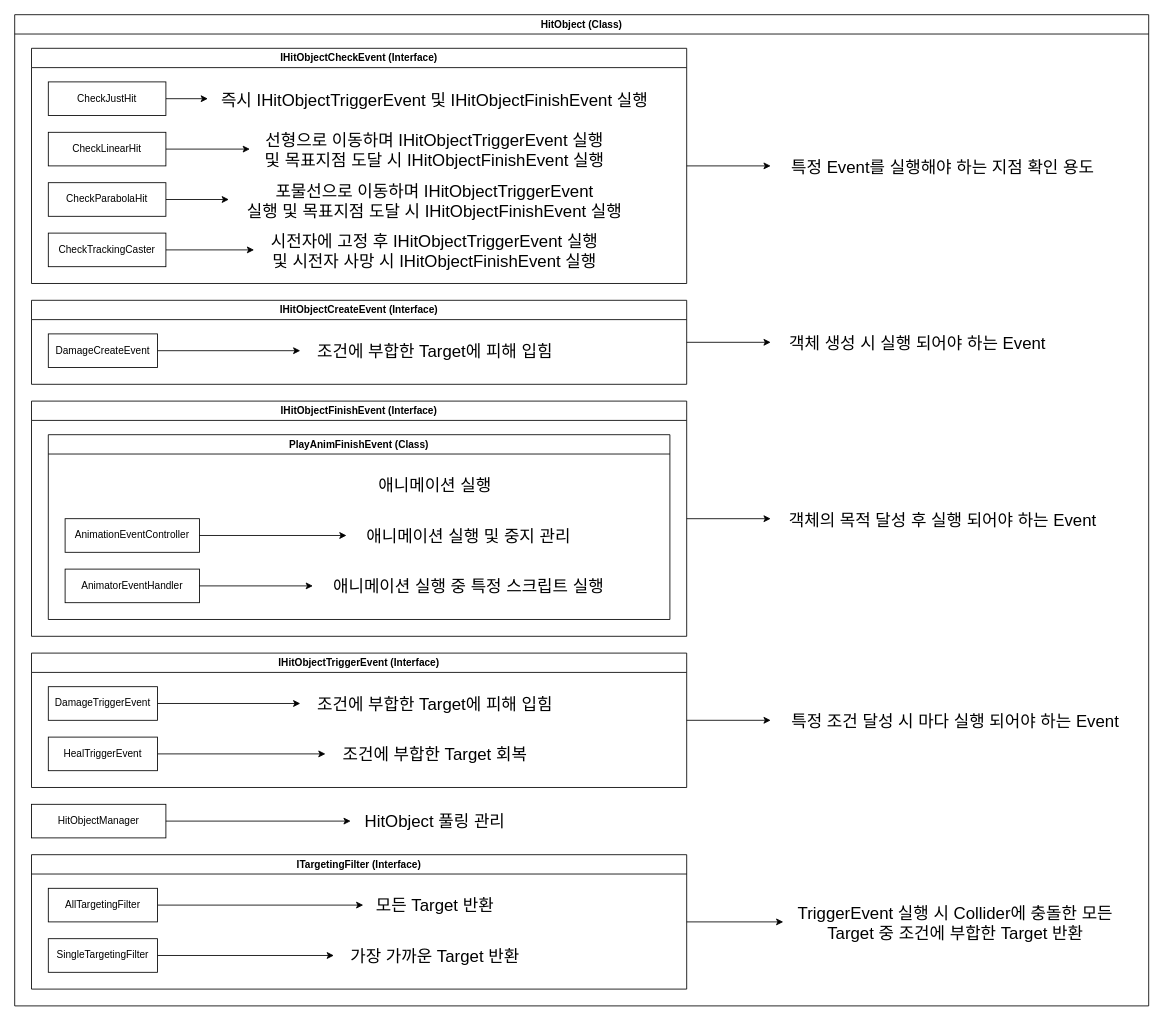
Above: Documents/구조도/HitObject.drawio in jungMoonSoo/Project-H (draw.io), before the change. Source tidied: cells renumbered, new cells numbered last; positions are measured from the earlier drawing's top-left corner, leaving out a move shared by most shapes. Both pictures are drawn from the tidied source at 84%, with x=0, y=0 at pixel (14, 14).
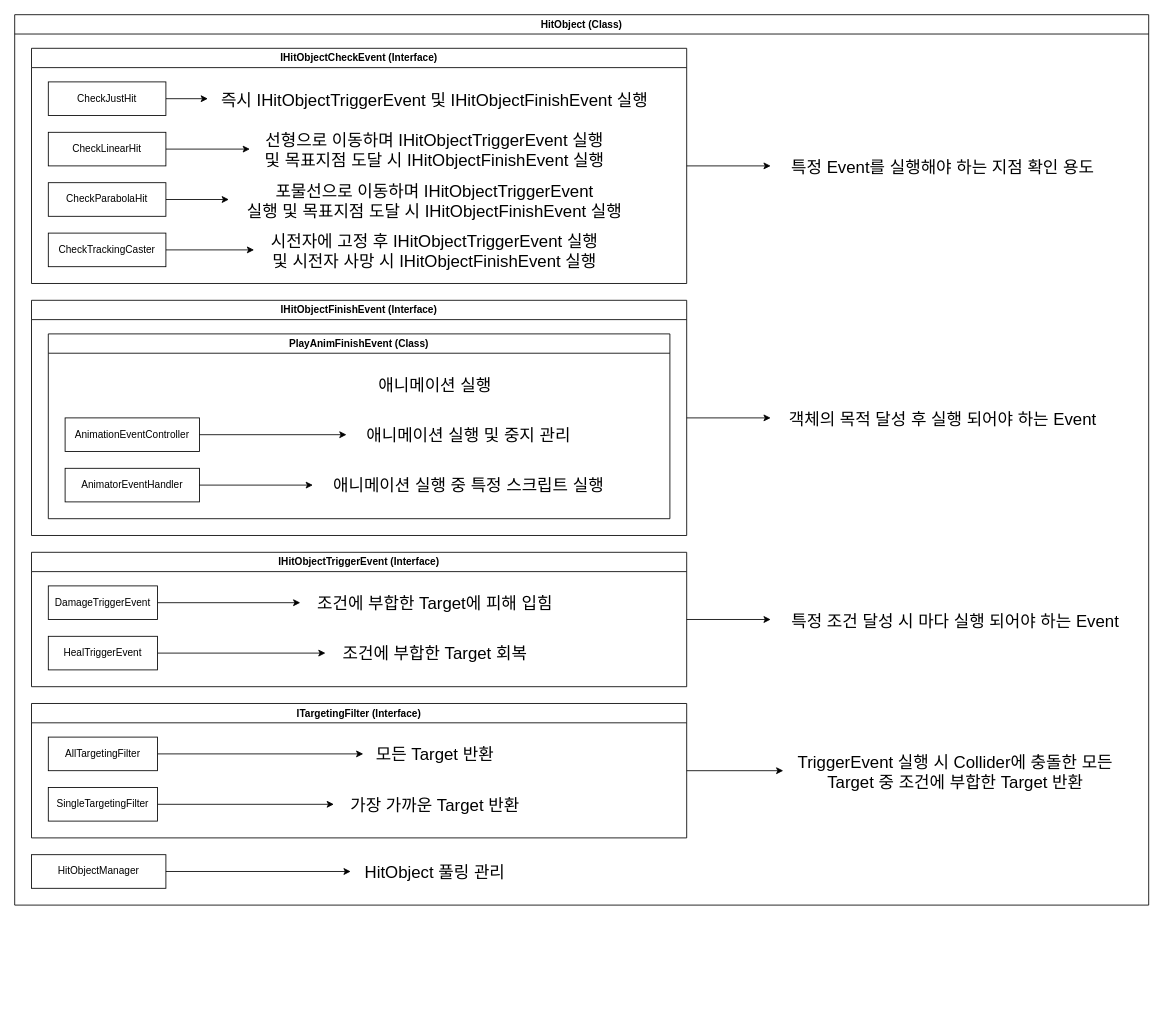
The same diagram, later.

Diff of the diagram source:
```diff
@@
     <mxCell id="2" value="HitObject (Class&lt;span style=&quot;background-color: transparent; color: light-dark(rgb(0, 0, 0), rgb(255, 255, 255));&quot;&gt;)&lt;/span&gt;" style="swimlane;whiteSpace=wrap;html=1;" parent="1" vertex="1">
-      <mxGeometry width="1350" height="1180" as="geometry" />
+      <mxGeometry width="1350" height="1060" as="geometry" />
     </mxCell>
@@
-    <mxCell id="16" value="IHitObjectCreateEvent (Interface)" style="swimlane;whiteSpace=wrap;html=1;" parent="2" vertex="1">
-      <mxGeometry x="20" y="340" width="780" height="100" as="geometry" />
-    </mxCell>
-    <mxCell id="17" style="edgeStyle=orthogonalEdgeStyle;rounded=0;jettySize=auto;html=1;" parent="16" edge="1" source="18" target="19">
-      <mxGeometry relative="1" as="geometry" />
-    </mxCell>
-    <mxCell id="18" value="DamageCreateEvent" style="rounded=0;whiteSpace=wrap;html=1;" parent="16" vertex="1">
-      <mxGeometry x="20" y="40" width="130" height="40" as="geometry" />
-    </mxCell>
-    <mxCell id="19" value="&lt;span style=&quot;font-size: 20px;&quot;&gt;조건에 부합한 Target에 피해 입힘&lt;/span&gt;" style="text;html=1;align=center;verticalAlign=middle;points=[];strokeColor=none;fillColor=none;" parent="16" vertex="1">
-      <mxGeometry x="320" y="40" width="320" height="40" as="geometry" />
-    </mxCell>
     <mxCell id="20" value="IHitObjectFinishEvent (Interface)" style="swimlane;whiteSpace=wrap;html=1;" parent="2" vertex="1">
-      <mxGeometry x="20" y="460" width="780" height="280" as="geometry" />
+      <mxGeometry x="20" y="340" width="780" height="280" as="geometry" />
     </mxCell>
@@
     <mxCell id="29" value="IHitObjectTriggerEvent (Interface)" style="swimlane;whiteSpace=wrap;html=1;" parent="2" vertex="1">
-      <mxGeometry x="20" y="760" width="780" height="160" as="geometry" />
+      <mxGeometry x="20" y="640" width="780" height="160" as="geometry" />
     </mxCell>
@@
     <mxCell id="36" value="HitObjectManager" style="rounded=0;whiteSpace=wrap;html=1;" parent="2" vertex="1">
-      <mxGeometry x="20" y="940" width="160" height="40" as="geometry" />
+      <mxGeometry x="20" y="1000" width="160" height="40" as="geometry" />
     </mxCell>
@@
     <mxCell id="38" value="&lt;span style=&quot;font-size: 20px;&quot;&gt;HitObject 풀링 관리&lt;/span&gt;" style="text;html=1;align=center;verticalAlign=middle;points=[];strokeColor=none;fillColor=none;" parent="2" vertex="1">
-      <mxGeometry x="400" y="940" width="200" height="40" as="geometry" />
+      <mxGeometry x="400" y="1000" width="200" height="40" as="geometry" />
     </mxCell>
     <mxCell id="39" value="특정 조건 달성 시 마다 실행 되어야 하는 Event" style="text;align=center;verticalAlign=middle;points=[];strokeColor=none;fillColor=none;fontSize=20;" parent="2" vertex="1">
-      <mxGeometry x="900" y="820" width="440" height="40" as="geometry" />
+      <mxGeometry x="900" y="700" width="440" height="40" as="geometry" />
     </mxCell>
@@
     <mxCell id="41" value="객체의 목적 달성 후 실행 되어야 하는 Event" style="text;align=center;verticalAlign=middle;points=[];strokeColor=none;fillColor=none;fontSize=20;" parent="2" vertex="1">
-      <mxGeometry x="900" y="580" width="410" height="40" as="geometry" />
+      <mxGeometry x="900" y="460" width="410" height="40" as="geometry" />
     </mxCell>
@@
-    <mxCell id="43" value="객체 생성 시 실행 되어야 하는 Event" style="text;align=center;verticalAlign=middle;points=[];strokeColor=none;fillColor=none;fontSize=20;" parent="2" vertex="1">
-      <mxGeometry x="900" y="370" width="350" height="40" as="geometry" />
-    </mxCell>
-    <mxCell id="44" style="edgeStyle=orthogonalEdgeStyle;rounded=0;jettySize=auto;html=1;" parent="2" edge="1" source="16" target="43">
-      <mxGeometry relative="1" as="geometry" />
-    </mxCell>
@@
     <mxCell id="48" value="ITargetingFilter (Interface)" style="swimlane;whiteSpace=wrap;html=1;" parent="2" vertex="1">
-      <mxGeometry x="20" y="1000" width="780" height="160" as="geometry" />
+      <mxGeometry x="20" y="820" width="780" height="160" as="geometry" />
     </mxCell>
@@
     <mxCell id="55" value="TriggerEvent 실행 시 Collider에 충돌한 모든&#10;Target 중 조건에 부합한 Target 반환" style="text;align=center;verticalAlign=middle;points=[];strokeColor=none;fillColor=none;fontSize=20;" parent="2" vertex="1">
-      <mxGeometry x="915" y="1050" width="410" height="60" as="geometry" />
+      <mxGeometry x="915" y="870" width="410" height="60" as="geometry" />
     </mxCell>
```
